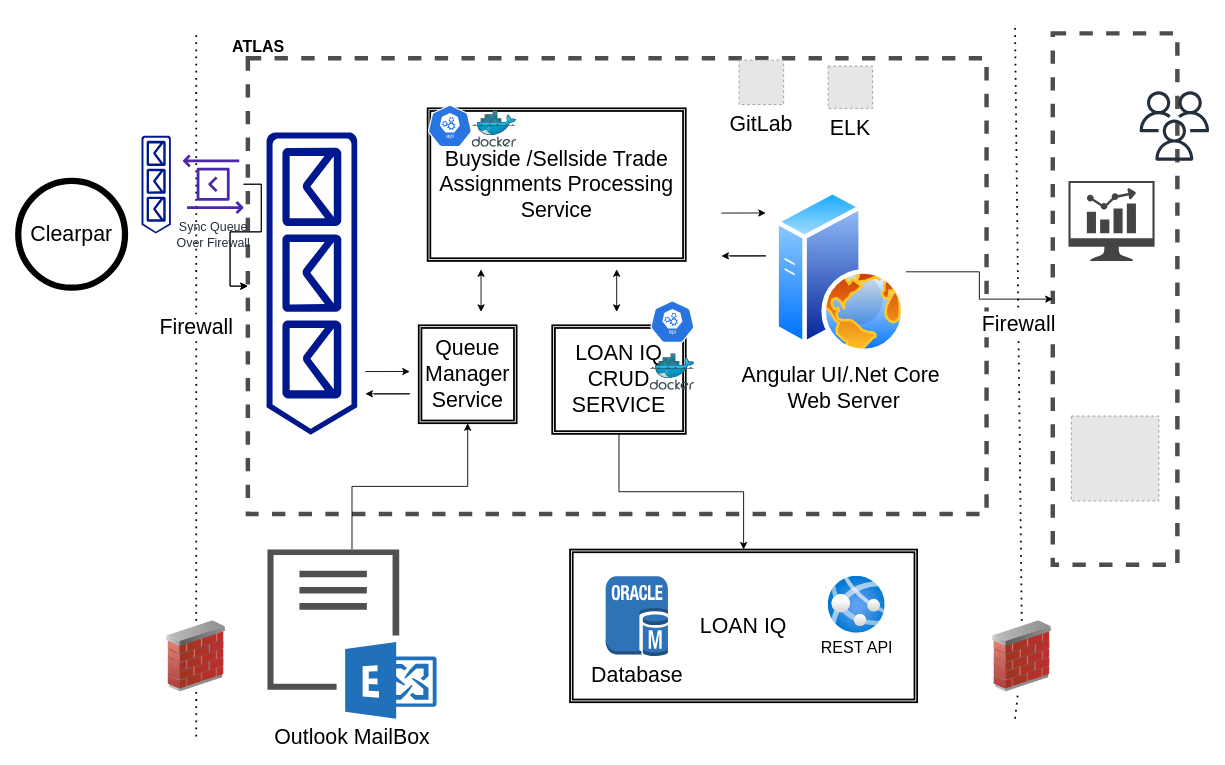
Above: LoanProcessorArchitecture_V3.drawio in AnkurMadaan/Ankur (draw.io), before the change. Source tidied: cells renumbered, new cells numbered last; positions are measured from the earlier drawing's top-left corner, leaving out a move shared by most shapes. Both pictures are drawn from the tidied source at 89%, with x=0, y=0 at pixel (18, 28). Pictures stored in the file or linked from it are replaced by grey dashed boxes.
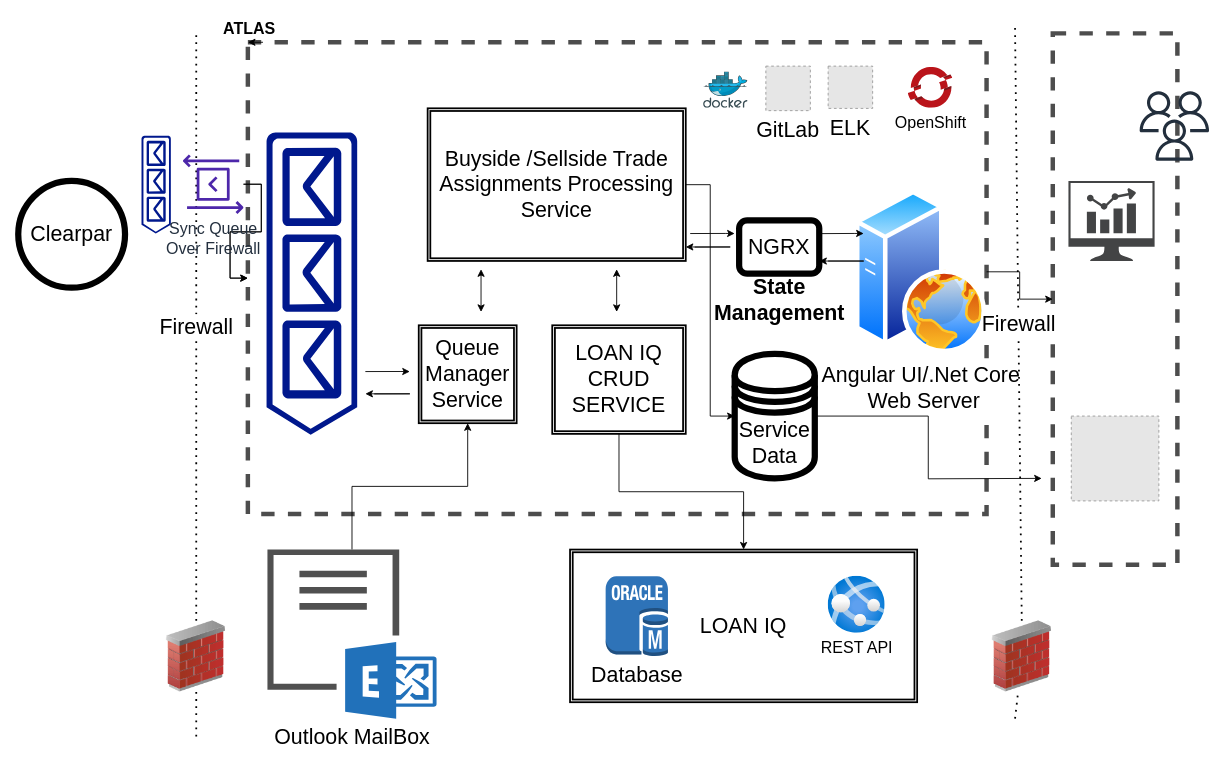
The same diagram, later.

Unchanged cells that the change refers to:
```xml
<mxCell id="15" value="&lt;font style=&quot;font-size: 24px;&quot;&gt;Buyside /Sellside Trade Assignments Processing Service&lt;br&gt;&lt;/font&gt;" style="shape=ext;double=1;rounded=0;whiteSpace=wrap;html=1;fontSize=18;strokeWidth=2;" parent="1" vertex="1">
  <mxGeometry x="460" y="90.2" width="290" height="171.5" as="geometry" />
</mxCell>
```

Diff of the diagram source:
```diff
@@
     <mxCell id="5" style="rounded=0;whiteSpace=wrap;html=1;fontSize=18;strokeColor=#4D4D4D;dashed=1;strokeWidth=5;align=left;" parent="1" vertex="1">
-      <mxGeometry x="258" y="33.9" width="830" height="512.1" as="geometry" />
+      <mxGeometry x="258" y="16" width="830" height="530" as="geometry" />
     </mxCell>
@@
+    <mxCell id="45" style="edgeStyle=orthogonalEdgeStyle;rounded=0;jettySize=auto;html=1;exitX=0.75;exitY=1;exitDx=0;exitDy=0;entryX=0;entryY=0;entryDx=0;entryDy=0;fontSize=24;" parent="1" edge="1" source="12" target="5">
+      <mxGeometry relative="1" as="geometry" />
+    </mxCell>
     <mxCell id="12" value="&lt;b&gt;ATLAS&lt;/b&gt;" style="text;html=1;strokeColor=none;fillColor=none;align=center;verticalAlign=middle;whiteSpace=wrap;rounded=0;fontSize=18;" parent="1" vertex="1">
-      <mxGeometry x="240" y="6" width="60" height="30" as="geometry" />
+      <mxGeometry x="230" y="-14" width="60" height="30" as="geometry" />
     </mxCell>
@@
+    <mxCell id="46" style="edgeStyle=orthogonalEdgeStyle;rounded=0;jettySize=auto;html=1;entryX=0;entryY=0.5;entryDx=0;entryDy=0;fontSize=24;" parent="1" edge="1" source="15" target="52">
+      <mxGeometry relative="1" as="geometry" />
+    </mxCell>
@@
-    <mxCell id="16" style="sketch=0;html=1;dashed=0;whitespace=wrap;fillColor=#2875E2;strokeColor=#ffffff;shape=mxgraph.kubernetes.icon;prIcon=api;fontSize=18;" parent="1" vertex="1">
-      <mxGeometry x="460" y="86" width="50" height="48" as="geometry" />
-    </mxCell>
     <mxCell id="17" style="sketch=0;html=1;align=center;image;fontSize=12;image=img/lib/mscae/Docker.svg;" parent="1" vertex="1">
-      <mxGeometry x="510" y="93" width="50" height="41" as="geometry" />
+      <mxGeometry x="770" y="49.2" width="50" height="41" as="geometry" />
     </mxCell>
@@
-    <mxCell id="20" style="sketch=0;html=1;align=center;image;fontSize=12;image=img/lib/mscae/Docker.svg;" parent="1" vertex="1">
-      <mxGeometry x="710" y="366" width="50" height="41" as="geometry" />
-    </mxCell>
-    <mxCell id="21" style="sketch=0;html=1;dashed=0;whitespace=wrap;fillColor=#2875E2;strokeColor=#ffffff;shape=mxgraph.kubernetes.icon;prIcon=api;fontSize=18;" parent="1" vertex="1">
-      <mxGeometry x="710" y="306" width="50" height="48" as="geometry" />
-    </mxCell>
     <mxCell id="22" value="GitLab" style="fillColor=#E6E6E6;strokeColor=#999999;dashed=1;verticalLabelPosition=bottom;labelBackgroundColor=#ffffff;verticalAlign=top;fontSize=24;" parent="1" vertex="1">
-      <mxGeometry x="810" y="36" width="50" height="50" as="geometry" />
+      <mxGeometry x="840" y="42.8" width="50" height="50" as="geometry" />
     </mxCell>
@@
     <mxCell id="26" value="Angular UI/.Net Core&lt;br&gt;&amp;nbsp;Web Server" style="perimeter=ellipsePerimeter;html=1;align=center;shadow=0;dashed=0;spacingTop=3;image;image=img/lib/active_directory/web_server.svg;fontSize=24;strokeWidth=7;" parent="1" vertex="1">
-      <mxGeometry x="850" y="181.8" width="147.4" height="184.2" as="geometry" />
+      <mxGeometry x="940.6" y="181.8" width="147.4" height="184.2" as="geometry" />
     </mxCell>
@@
-    <mxCell id="35" value="&lt;font style=&quot;font-size: 14px;&quot;&gt;Sync Queue&lt;br&gt;Over Firewall&lt;/font&gt;" style="sketch=0;outlineConnect=0;fontColor=#232F3E;gradientColor=none;fillColor=#4D27AA;strokeColor=none;dashed=0;verticalLabelPosition=bottom;verticalAlign=top;align=center;html=1;fontSize=12;fontStyle=0;shape=mxgraph.aws4.data_exchange_for_apis;" parent="1" vertex="1">
+    <mxCell id="35" value="&lt;font style=&quot;font-size: 18px;&quot;&gt;Sync Queue&lt;br&gt;Over Firewall&lt;/font&gt;" style="sketch=0;outlineConnect=0;fontColor=#232F3E;gradientColor=none;fillColor=#4D27AA;strokeColor=none;dashed=0;verticalLabelPosition=bottom;verticalAlign=top;align=center;html=1;fontSize=12;fontStyle=0;shape=mxgraph.aws4.data_exchange_for_apis;" parent="1" vertex="1">
       <mxGeometry x="180" y="142" width="78" height="67" as="geometry" />
     </mxCell>
@@
     <mxCell id="40" style="endArrow=classic;html=1;rounded=0;fontSize=24;" parent="1" edge="1">
       <mxGeometry relative="1" as="geometry">
-        <mxPoint x="800" y="256.1" as="sourcePoint" />
-        <mxPoint x="790" y="256" as="targetPoint" />
+        <mxPoint x="910" y="261.8" as="sourcePoint" />
+        <mxPoint x="900" y="261.8" as="targetPoint" />
         <Array as="points">
-          <mxPoint x="840" y="256" />
+          <mxPoint x="950" y="261.8" />
         </Array>
       </mxGeometry>
     </mxCell>
-    <mxCell id="41" style="endArrow=classic;html=1;rounded=0;fontSize=24;" parent="1" edge="1">
+    <mxCell id="41" style="endArrow=classic;html=1;rounded=0;fontSize=24;exitX=1;exitY=0.25;exitDx=0;exitDy=0;" parent="1" edge="1" source="47">
       <mxGeometry relative="1" as="geometry">
-        <mxPoint x="790" y="207.9" as="sourcePoint" />
-        <mxPoint x="840" y="207.9" as="targetPoint" />
+        <mxPoint x="950" y="230.9" as="targetPoint" />
         <Array as="points">
-          <mxPoint x="830" y="207.8" />
+          <mxPoint x="940" y="230.8" />
         </Array>
       </mxGeometry>
     </mxCell>
@@
+    <mxCell id="47" value="&lt;font style=&quot;font-size: 24px;&quot;&gt;NGRX&lt;/font&gt;" style="rounded=1;whiteSpace=wrap;html=1;fontSize=14;strokeWidth=7;" parent="1" vertex="1">
+      <mxGeometry x="810" y="216" width="90" height="60" as="geometry" />
+    </mxCell>
+    <mxCell id="48" style="endArrow=classic;html=1;rounded=0;fontSize=24;" parent="1" edge="1">
+      <mxGeometry relative="1" as="geometry">
+        <mxPoint x="755" y="230.9" as="sourcePoint" />
+        <mxPoint x="805" y="230.9" as="targetPoint" />
+        <Array as="points">
+          <mxPoint x="795" y="230.8" />
+        </Array>
+      </mxGeometry>
+    </mxCell>
+    <mxCell id="49" style="endArrow=classic;html=1;rounded=0;fontSize=24;" parent="1" edge="1">
+      <mxGeometry relative="1" as="geometry">
+        <mxPoint x="760" y="246.1" as="sourcePoint" />
+        <mxPoint x="750" y="246" as="targetPoint" />
+        <Array as="points">
+          <mxPoint x="800" y="246" />
+        </Array>
+      </mxGeometry>
+    </mxCell>
+    <mxCell id="50" value="State &lt;br&gt;Management" style="text;strokeColor=none;fillColor=none;html=1;fontSize=24;fontStyle=1;verticalAlign=middle;align=center;" parent="1" vertex="1">
+      <mxGeometry x="805" y="285" width="100" height="40" as="geometry" />
+    </mxCell>
+    <mxCell id="51" style="edgeStyle=orthogonalEdgeStyle;rounded=0;jettySize=auto;html=1;fontSize=24;" parent="1" edge="1" source="52">
+      <mxGeometry relative="1" as="geometry">
+        <mxPoint x="1150" y="506" as="targetPoint" />
+      </mxGeometry>
+    </mxCell>
+    <mxCell id="52" value="&lt;font style=&quot;font-size: 24px;&quot;&gt;Service Data&lt;/font&gt;" style="shape=datastore;whiteSpace=wrap;html=1;fontSize=18;strokeWidth=7;" parent="1" vertex="1">
+      <mxGeometry x="805" y="366" width="90" height="140" as="geometry" />
+    </mxCell>
+    <mxCell id="53" value="&lt;font style=&quot;font-size: 18px;&quot;&gt;OpenShift&lt;/font&gt;" style="sketch=0;html=1;align=center;image;fontSize=12;image=img/lib/mscae/OpenShift.svg;strokeWidth=7;" parent="1" vertex="1">
+      <mxGeometry x="1000" y="44.2" width="50" height="46" as="geometry" />
+    </mxCell>
```
